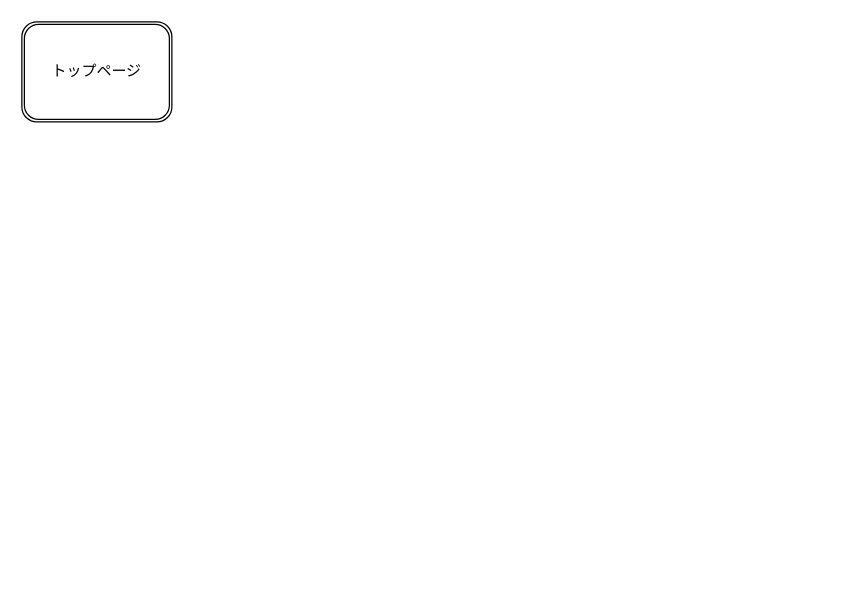
Before: Screen_transition.dio in gessodog/schedule_share, a draw.io diagram. Source tidied: cells renumbered, new cells numbered last; positions are measured from the earlier drawing's top-left corner, leaving out a move shared by most shapes. Both pictures are drawn from the tidied source at 125%, with x=0, y=0 at pixel (21, 21).
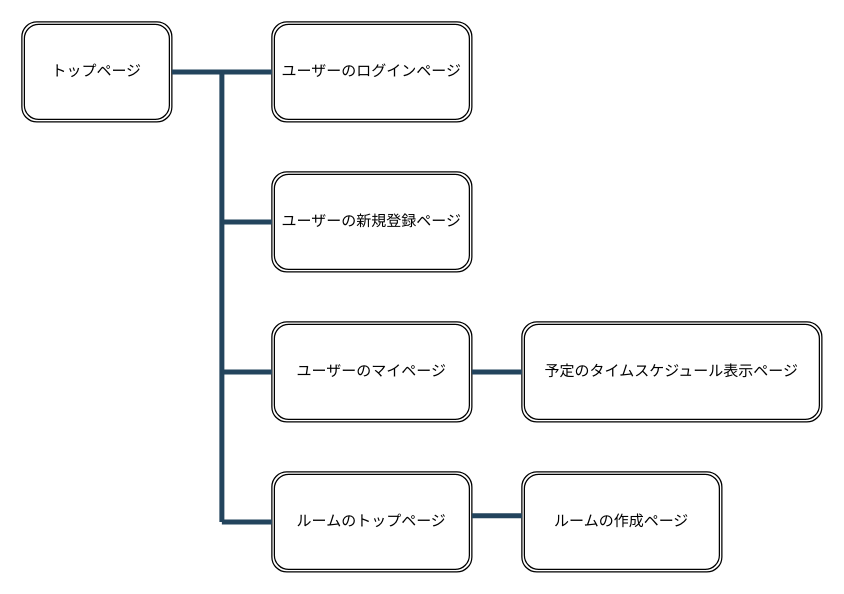
The same diagram, later.

Commit message (it also covers changes not shown here):
READMEの画像更新

The edit, as a diff of the source:
```diff
@@
 <mxGraphModel>
   <root>
     <mxCell id="0" />
     <mxCell id="1" parent="0" />
+    <mxCell id="3" style="edgeStyle=none;html=1;exitX=1;exitY=0.5;exitDx=0;exitDy=0;entryX=1;entryY=0.5;entryDx=0;entryDy=0;entryPerimeter=0;" parent="1" edge="1" source="2" target="2">
+      <mxGeometry relative="1" as="geometry" />
+    </mxCell>
     <mxCell id="2" value="トップページ" style="shape=ext;double=1;rounded=1;whiteSpace=wrap;html=1;" parent="1" vertex="1">
       <mxGeometry width="120" height="80" as="geometry" />
     </mxCell>
+    <mxCell id="4" value="ユーザーのログインページ" style="shape=ext;double=1;rounded=1;whiteSpace=wrap;html=1;" parent="1" vertex="1">
+      <mxGeometry x="200" width="160" height="80" as="geometry" />
+    </mxCell>
+    <mxCell id="5" style="line;strokeWidth=4;html=1;perimeter=backbonePerimeter;fillColor=#bac8d3;strokeColor=#23445d;" parent="1" vertex="1">
+      <mxGeometry x="120" y="35" width="80" height="10" as="geometry" />
+    </mxCell>
+    <mxCell id="6" value="ユーザーの新規登録ページ" style="shape=ext;double=1;rounded=1;whiteSpace=wrap;html=1;" parent="1" vertex="1">
+      <mxGeometry x="200" y="120" width="160" height="80" as="geometry" />
+    </mxCell>
+    <mxCell id="7" value="ユーザーのマイページ" style="shape=ext;double=1;rounded=1;whiteSpace=wrap;html=1;" parent="1" vertex="1">
+      <mxGeometry x="200" y="240" width="160" height="80" as="geometry" />
+    </mxCell>
+    <mxCell id="8" value="ルームのトップページ" style="shape=ext;double=1;rounded=1;whiteSpace=wrap;html=1;" parent="1" vertex="1">
+      <mxGeometry x="200" y="360" width="160" height="80" as="geometry" />
+    </mxCell>
+    <mxCell id="9" style="line;strokeWidth=4;direction=south;html=1;perimeter=backbonePerimeter;fillColor=#bac8d3;strokeColor=#23445d;" parent="1" vertex="1">
+      <mxGeometry x="155" y="40" width="10" height="360" as="geometry" />
+    </mxCell>
+    <mxCell id="10" style="line;strokeWidth=4;html=1;perimeter=backbonePerimeter;fillColor=#bac8d3;strokeColor=#23445d;" parent="1" vertex="1">
+      <mxGeometry x="160" y="155" width="40" height="10" as="geometry" />
+    </mxCell>
+    <mxCell id="11" style="line;strokeWidth=4;html=1;perimeter=backbonePerimeter;fillColor=#bac8d3;strokeColor=#23445d;" parent="1" vertex="1">
+      <mxGeometry x="160" y="275" width="40" height="10" as="geometry" />
+    </mxCell>
+    <mxCell id="12" style="line;strokeWidth=4;html=1;perimeter=backbonePerimeter;fillColor=#bac8d3;strokeColor=#23445d;" parent="1" vertex="1">
+      <mxGeometry x="160" y="395" width="40" height="10" as="geometry" />
+    </mxCell>
+    <mxCell id="13" value="予定のタイムスケジュール表示ページ" style="shape=ext;double=1;rounded=1;whiteSpace=wrap;html=1;" parent="1" vertex="1">
+      <mxGeometry x="400" y="240" width="240" height="80" as="geometry" />
+    </mxCell>
+    <mxCell id="14" style="line;strokeWidth=4;html=1;fillColor=#bac8d3;strokeColor=#23445d;" parent="1" vertex="1">
+      <mxGeometry x="360" y="275" width="40" height="10" as="geometry" />
+    </mxCell>
+    <mxCell id="15" value="ルームの作成ページ" style="shape=ext;double=1;rounded=1;whiteSpace=wrap;html=1;" parent="1" vertex="1">
+      <mxGeometry x="400" y="360" width="160" height="80" as="geometry" />
+    </mxCell>
+    <mxCell id="16" style="line;strokeWidth=4;html=1;fillColor=#bac8d3;strokeColor=#23445d;" parent="1" vertex="1">
+      <mxGeometry x="360" y="390" width="40" height="10" as="geometry" />
+    </mxCell>
   </root>
 </mxGraphModel>
```
